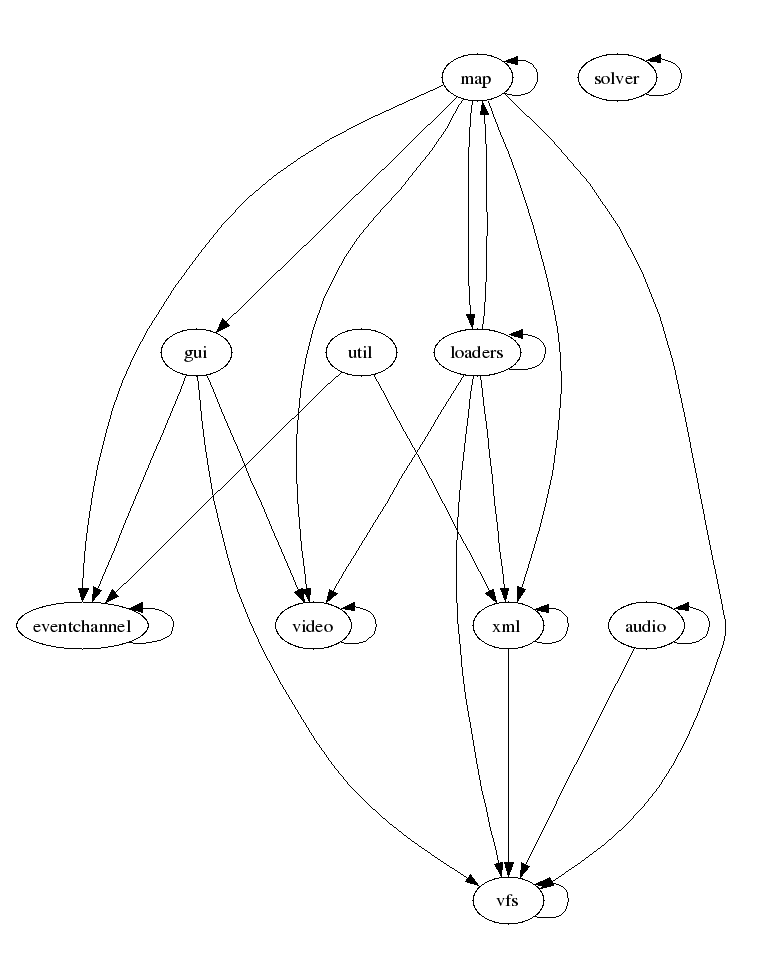
fifengine/fifengine keeps this Graphviz diagram as doc/dependencies/moduledeps.png. Above is the earlier version. Its source is kept beside it as doc/dependencies/moduledeps.dot.
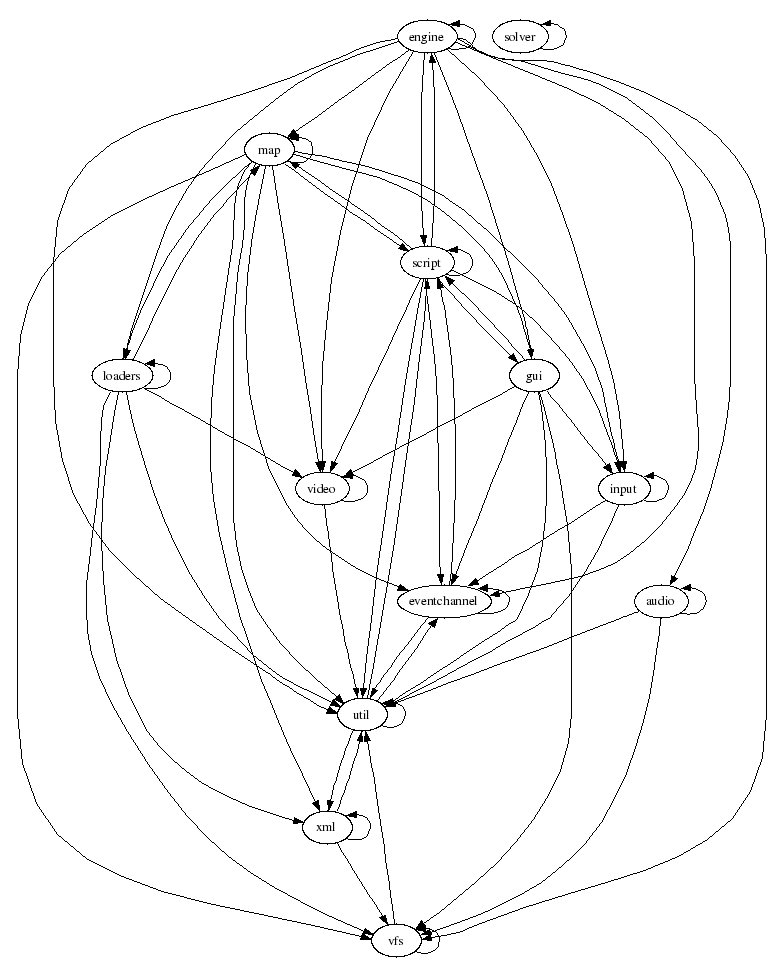
Later version of the same file.

What changed in the source:
```diff
@@ -5,29 +5,66 @@
     fontsize="16";
     fontname="Helvetica";
     clusterrank="local";
-    "xml" -> "xml"
-    "xml" -> "vfs"
+    "engine" -> "engine"
+    "engine" -> "map"
+    "engine" -> "script"
+    "engine" -> "gui"
+    "engine" -> "eventchannel"
+    "engine" -> "loaders"
+    "engine" -> "util"
+    "engine" -> "video"
+    "engine" -> "input"
+    "engine" -> "audio"
+    "engine" -> "vfs"
     "map" -> "xml"
     "map" -> "map"
+    "map" -> "script"
     "map" -> "gui"
     "map" -> "eventchannel"
     "map" -> "loaders"
+    "map" -> "util"
     "map" -> "video"
+    "map" -> "input"
     "map" -> "vfs"
+    "script" -> "engine"
+    "script" -> "map"
+    "script" -> "script"
+    "script" -> "gui"
+    "script" -> "eventchannel"
+    "script" -> "util"
+    "script" -> "video"
+    "script" -> "input"
+    "gui" -> "script"
+    "gui" -> "eventchannel"
+    "gui" -> "util"
+    "gui" -> "video"
+    "gui" -> "input"
+    "gui" -> "vfs"
     "solver" -> "solver"
-    "gui" -> "video"
-    "gui" -> "vfs"
-    "gui" -> "eventchannel"
+    "eventchannel" -> "util"
     "eventchannel" -> "eventchannel"
+    "eventchannel" -> "script"
     "loaders" -> "xml"
+    "loaders" -> "map"
+    "loaders" -> "loaders"
+    "loaders" -> "util"
+    "loaders" -> "video"
     "loaders" -> "vfs"
-    "loaders" -> "loaders"
-    "loaders" -> "video"
-    "loaders" -> "map"
+    "util" -> "util"
     "util" -> "xml"
     "util" -> "eventchannel"
+    "util" -> "script"
+    "xml" -> "xml"
+    "xml" -> "util"
+    "xml" -> "vfs"
+    "video" -> "util"
     "video" -> "video"
+    "input" -> "util"
+    "input" -> "input"
+    "input" -> "eventchannel"
+    "audio" -> "util"
     "audio" -> "audio"
     "audio" -> "vfs"
+    "vfs" -> "util"
     "vfs" -> "vfs"
 }
```
